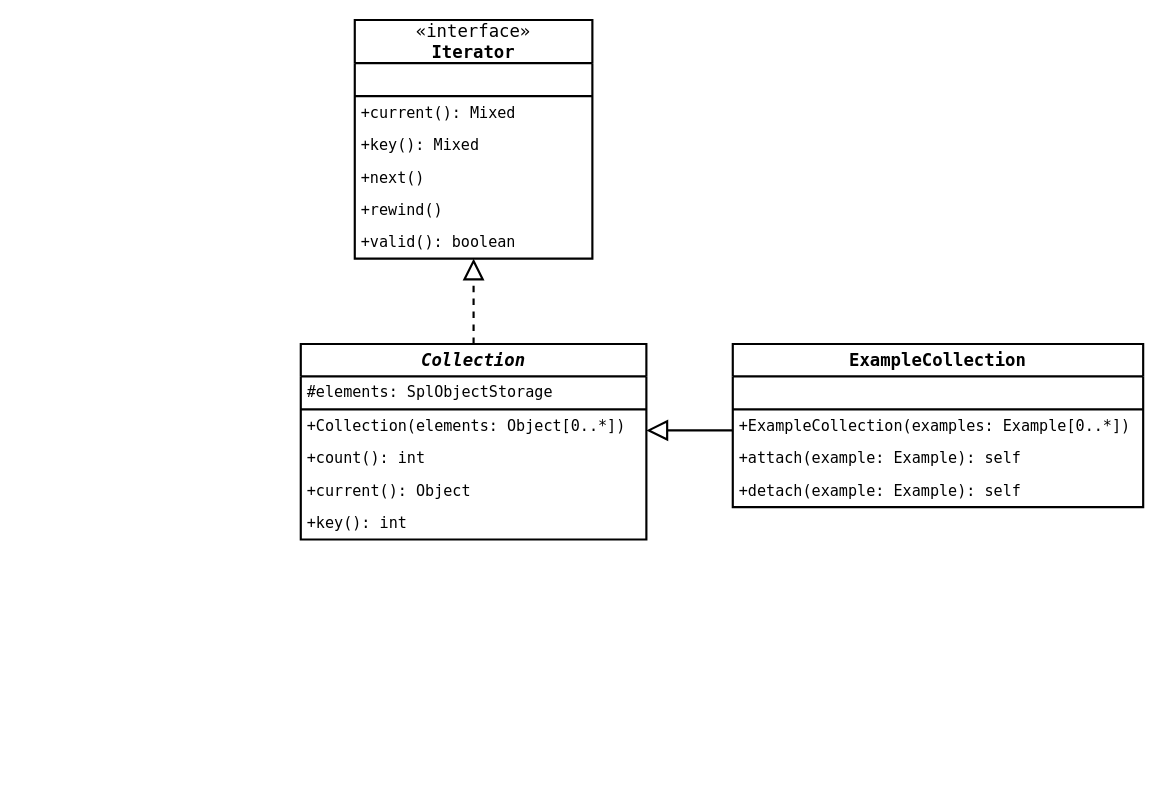
Above: page "collections" (1 of 5) of docs/uml/PHPeacock.drawio in AntoineToPHPin/PHPeacock (draw.io), before the change. Source tidied: cells renumbered, new cells numbered last; positions are measured from the earlier drawing's top-left corner, leaving out a move shared by most shapes. Both pictures are drawn from the tidied source at 108%, with x=0, y=0 at pixel (300, 19).
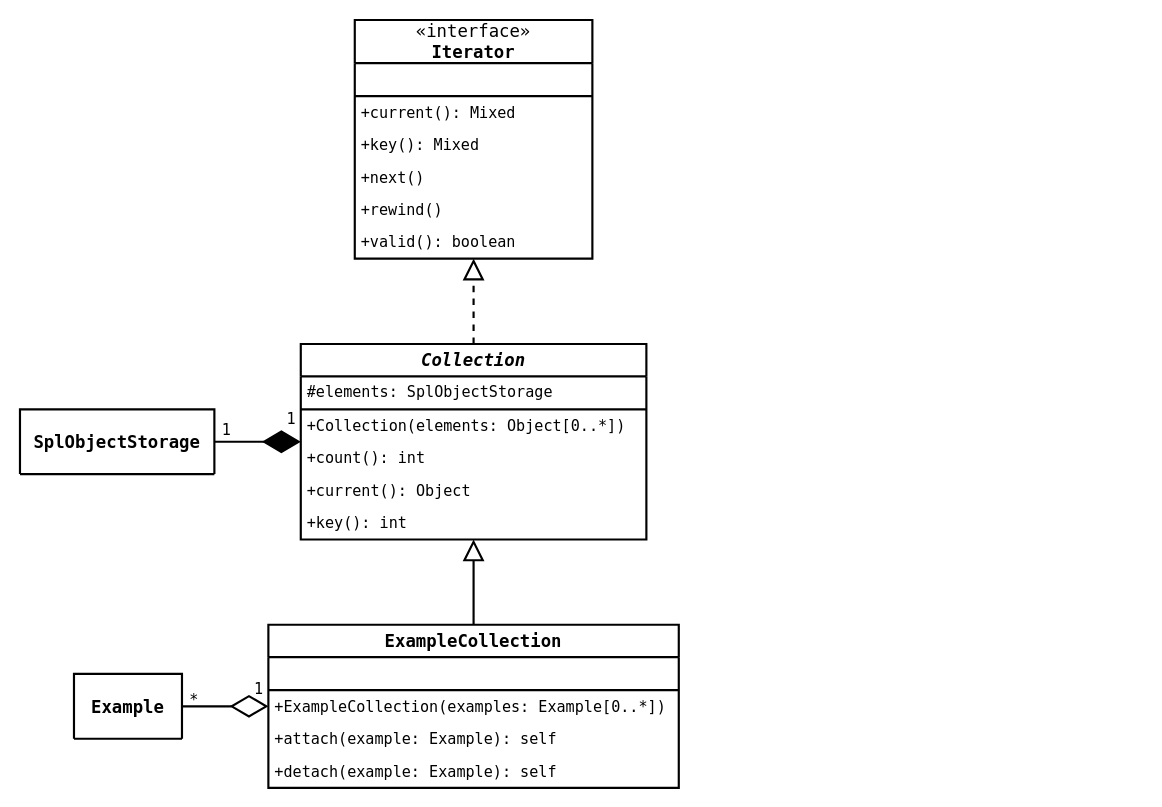
The same page after the edit.

Commit message (it also covers changes not shown here):
feature/collection: Class diagram correction

The change refers to these unchanged cells:
```xml
<mxCell id="2" value="&lt;span&gt;Collection&lt;/span&gt;" style="swimlane;fontStyle=3;align=center;verticalAlign=middle;horizontal=1;startSize=30;fontSize=16;fontFamily=Lucida Console;strokeWidth=2;swimlaneLine=1;rounded=0;shadow=0;glass=0;swimlaneFillColor=none;fillColor=none;labelBackgroundColor=none;labelBorderColor=none;whiteSpace=wrap;html=1;noLabel=0;movableLabel=0;comic=0;" parent="1" vertex="1">
  <mxGeometry y="300" width="320" height="181" as="geometry" />
</mxCell>
```

What changed in the source:
```diff
@@
     <mxCell id="10" style="edgeStyle=orthogonalEdgeStyle;rounded=0;jettySize=auto;html=1;fontSize=14;strokeWidth=2;endArrow=block;endFill=0;anchorPointDirection=1;snapToPoint=0;fixDash=0;noJump=0;comic=0;endSize=15;startSize=5;jumpStyle=gap;jumpSize=10;" parent="1" edge="1" source="11" target="2">
       <mxGeometry relative="1" as="geometry">
         <Array as="points">
-          <mxPoint x="380" y="380" />
-          <mxPoint x="380" y="380" />
+          <mxPoint x="160" y="520" />
+          <mxPoint x="160" y="520" />
         </Array>
       </mxGeometry>
     </mxCell>
     <mxCell id="11" value="&lt;span&gt;ExampleCollection&lt;/span&gt;" style="swimlane;fontStyle=1;align=center;verticalAlign=middle;horizontal=1;startSize=30;fontSize=16;fontFamily=Lucida Console;strokeWidth=2;swimlaneLine=1;rounded=0;shadow=0;glass=0;swimlaneFillColor=none;fillColor=none;labelBackgroundColor=none;labelBorderColor=none;whiteSpace=wrap;html=1;noLabel=0;movableLabel=0;comic=0;" parent="1" vertex="1">
-      <mxGeometry x="400" y="300" width="380" height="151" as="geometry" />
+      <mxGeometry x="-30" y="560" width="380" height="151" as="geometry" />
     </mxCell>
@@
+    <mxCell id="25" value="SplObjectStorage" style="swimlane;fontStyle=1;align=center;verticalAlign=middle;horizontal=1;startSize=90;fontSize=16;fontFamily=Lucida Console;strokeWidth=2;swimlaneLine=1;rounded=0;shadow=0;glass=0;swimlaneFillColor=none;fillColor=none;labelBackgroundColor=none;labelBorderColor=none;whiteSpace=wrap;html=1;noLabel=0;movableLabel=0;comic=0;" parent="1" vertex="1">
+      <mxGeometry x="-260" y="360.5" width="180" height="60" as="geometry" />
+    </mxCell>
+    <mxCell id="26" style="endArrow=none;html=1;strokeWidth=2;fontFamily=Lucida Console;fontSize=14;rounded=0;startArrow=diamondThin;startFill=1;startSize=30;edgeStyle=orthogonalEdgeStyle;endSize=5;" parent="1" edge="1" source="2" target="25">
+      <mxGeometry relative="1" as="geometry" />
+    </mxCell>
+    <mxCell id="27" value="1" style="edgeLabel;html=1;align=center;verticalAlign=bottom;fontFamily=Lucida Console;fontSize=14;labelBackgroundColor=none;" parent="26" vertex="1">
+      <mxGeometry x="-1" relative="1" as="geometry">
+        <mxPoint x="-10" y="-10.5" as="offset" />
+      </mxGeometry>
+    </mxCell>
+    <mxCell id="28" value="1" style="edgeLabel;html=1;align=center;verticalAlign=bottom;fontFamily=Lucida Console;fontSize=14;labelBackgroundColor=none;" parent="26" vertex="1">
+      <mxGeometry x="1" relative="1" as="geometry">
+        <mxPoint x="10" y="-0.5" as="offset" />
+      </mxGeometry>
+    </mxCell>
+    <mxCell id="29" value="Example" style="swimlane;fontStyle=1;align=center;verticalAlign=middle;horizontal=1;startSize=90;fontSize=16;fontFamily=Lucida Console;strokeWidth=2;swimlaneLine=1;rounded=0;shadow=0;glass=0;swimlaneFillColor=none;fillColor=none;labelBackgroundColor=none;labelBorderColor=none;whiteSpace=wrap;html=1;noLabel=0;movableLabel=0;comic=0;" parent="1" vertex="1">
+      <mxGeometry x="-210" y="605.5" width="100" height="60" as="geometry" />
+    </mxCell>
+    <mxCell id="30" style="endArrow=none;html=1;strokeWidth=2;fontFamily=Lucida Console;fontSize=14;rounded=0;startArrow=diamondThin;startFill=0;startSize=30;edgeStyle=orthogonalEdgeStyle;endSize=5;" parent="1" edge="1" source="11" target="29">
+      <mxGeometry relative="1" as="geometry" />
+    </mxCell>
+    <mxCell id="31" value="1" style="edgeLabel;html=1;align=center;verticalAlign=bottom;fontFamily=Lucida Console;fontSize=14;labelBackgroundColor=none;" parent="30" vertex="1">
+      <mxGeometry x="-1" relative="1" as="geometry">
+        <mxPoint x="-10" y="-5.5" as="offset" />
+      </mxGeometry>
+    </mxCell>
+    <mxCell id="32" value="*" style="edgeLabel;html=1;align=center;verticalAlign=bottom;fontFamily=Lucida Console;fontSize=14;labelBackgroundColor=none;" parent="30" vertex="1">
+      <mxGeometry x="1" relative="1" as="geometry">
+        <mxPoint x="10" y="4.5" as="offset" />
+      </mxGeometry>
+    </mxCell>
```
